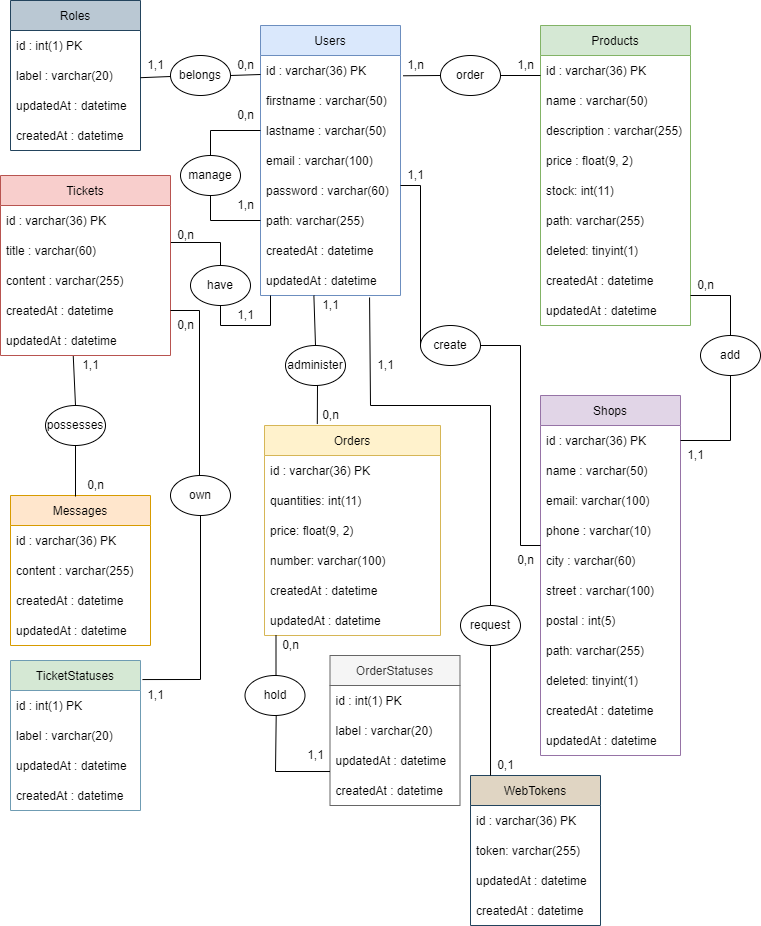
The draw.io diagram Diagrammes/MCD.png in KadenHD/DragNReceive_General, before a commit. Source tidied: cells renumbered, new cells last; positions are measured from the earlier drawing's top-left corner, leaving out a move shared by most shapes.
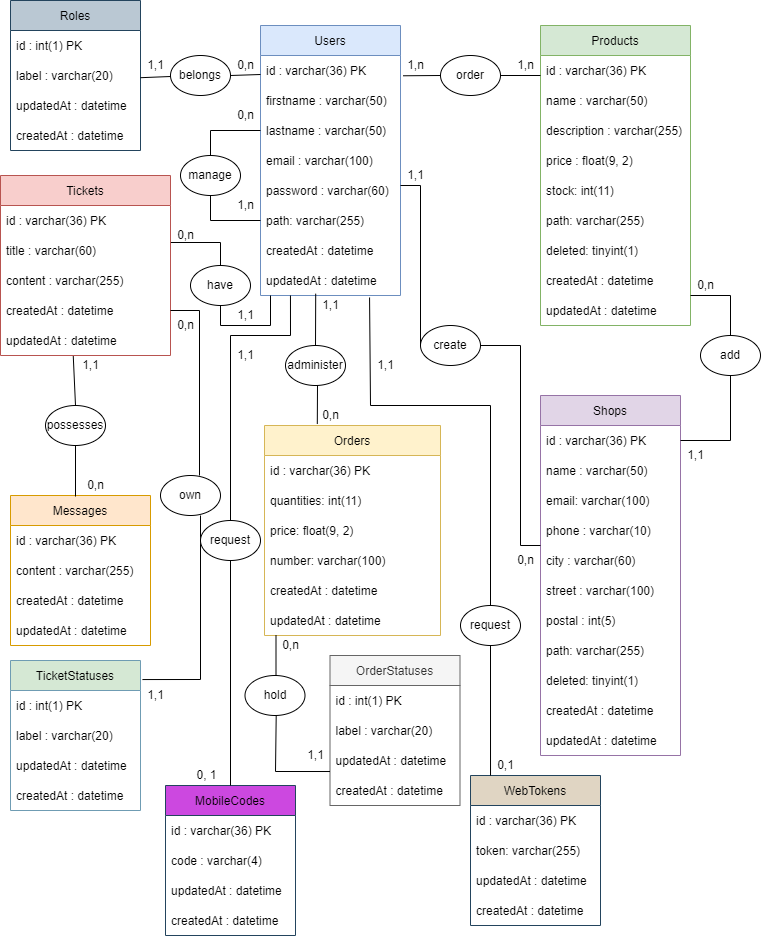
After the commit.

The edit, as a diff of the source:
```diff
@@ -350,13 +350,14 @@
       <mxGeometry y="120" width="130" height="30" as="geometry" />
     </mxCell>
     <mxCell id="102" value="own" style="ellipse;whiteSpace=wrap;html=1;" parent="1" vertex="1">
-      <mxGeometry x="170" y="475" width="60" height="40" as="geometry" />
+      <mxGeometry x="160" y="475" width="60" height="40" as="geometry" />
     </mxCell>
     <mxCell id="103" value="hold" style="ellipse;whiteSpace=wrap;html=1;" parent="1" vertex="1">
       <mxGeometry x="244.5" y="675" width="60" height="40" as="geometry" />
     </mxCell>
-    <mxCell id="104" style="endArrow=none;html=1;rounded=0;exitX=0.5;exitY=1;exitDx=0;exitDy=0;entryX=1.015;entryY=0.127;entryDx=0;entryDy=0;entryPerimeter=0;" parent="1" edge="1" source="102" target="97">
+    <mxCell id="104" style="endArrow=none;html=1;rounded=0;entryX=1.015;entryY=0.127;entryDx=0;entryDy=0;entryPerimeter=0;" parent="1" edge="1" target="97">
       <mxGeometry relative="1" as="geometry">
+        <mxPoint x="200" y="515" as="sourcePoint" />
         <Array as="points">
           <mxPoint x="200" y="679" />
         </Array>
@@ -442,15 +443,48 @@
         <mxPoint x="490" y="645" as="sourcePoint" />
       </mxGeometry>
     </mxCell>
-    <mxCell id="125" style="endArrow=none;html=1;rounded=0;exitX=0.428;exitY=1.02;exitDx=0;exitDy=0;entryX=0.5;entryY=0;entryDx=0;entryDy=0;exitPerimeter=0;" parent="1" edge="1" target="117">
-      <mxGeometry relative="1" as="geometry">
-        <mxPoint x="313.4" y="295" as="sourcePoint" />
-      </mxGeometry>
+    <mxCell id="125" style="endArrow=none;html=1;rounded=0;exitX=0.007;exitY=-0.09;exitDx=0;exitDy=0;entryX=0.5;entryY=0;entryDx=0;entryDy=0;exitPerimeter=0;" parent="1" edge="1" source="118" target="117">
+      <mxGeometry relative="1" as="geometry" />
     </mxCell>
     <mxCell id="126" style="endArrow=none;html=1;rounded=0;entryX=0.3;entryY=-0.007;entryDx=0;entryDy=0;entryPerimeter=0;" parent="1" edge="1" target="83">
       <mxGeometry relative="1" as="geometry">
         <mxPoint x="317" y="385" as="sourcePoint" />
       </mxGeometry>
     </mxCell>
+    <mxCell id="127" value="MobileCodes" style="swimlane;fontStyle=0;horizontal=1;startSize=30;fillColor=#CC48E0;strokeColor=#23445d;" parent="1" vertex="1">
+      <mxGeometry x="165" y="785" width="130" height="150" as="geometry" />
+    </mxCell>
+    <mxCell id="128" value="id : varchar(36) PK" style="text;strokeColor=none;fillColor=none;align=left;verticalAlign=middle;spacingLeft=4;spacingRight=4;overflow=hidden;" parent="127" vertex="1">
+      <mxGeometry y="30" width="130" height="30" as="geometry" />
+    </mxCell>
+    <mxCell id="129" value="code : varchar(4)" style="text;strokeColor=none;fillColor=none;align=left;verticalAlign=middle;spacingLeft=4;spacingRight=4;overflow=hidden;" parent="127" vertex="1">
+      <mxGeometry y="60" width="130" height="30" as="geometry" />
+    </mxCell>
+    <mxCell id="130" value="updatedAt : datetime" style="text;strokeColor=none;fillColor=none;align=left;verticalAlign=middle;spacingLeft=4;spacingRight=4;overflow=hidden;" parent="127" vertex="1">
+      <mxGeometry y="90" width="130" height="30" as="geometry" />
+    </mxCell>
+    <mxCell id="131" value="createdAt : datetime" style="text;strokeColor=none;fillColor=none;align=left;verticalAlign=middle;spacingLeft=4;spacingRight=4;overflow=hidden;" parent="127" vertex="1">
+      <mxGeometry y="120" width="130" height="30" as="geometry" />
+    </mxCell>
+    <mxCell id="132" value="request" style="ellipse;whiteSpace=wrap;html=1;" parent="1" vertex="1">
+      <mxGeometry x="200" y="520" width="60" height="40" as="geometry" />
+    </mxCell>
+    <mxCell id="133" style="endArrow=none;html=1;rounded=0;entryX=0.5;entryY=0;entryDx=0;entryDy=0;exitX=0.5;exitY=1;exitDx=0;exitDy=0;" parent="1" edge="1" source="132" target="127">
+      <mxGeometry relative="1" as="geometry" />
+    </mxCell>
+    <mxCell id="134" style="endArrow=none;html=1;rounded=0;exitX=0.214;exitY=1;exitDx=0;exitDy=0;exitPerimeter=0;entryX=0.5;entryY=0;entryDx=0;entryDy=0;" parent="1" edge="1" source="10" target="132">
+      <mxGeometry relative="1" as="geometry">
+        <Array as="points">
+          <mxPoint x="290" y="335" />
+          <mxPoint x="230" y="335" />
+        </Array>
+      </mxGeometry>
+    </mxCell>
+    <mxCell id="135" value="1,1" style="text;html=1;align=center;verticalAlign=middle;strokeColor=none;fillColor=none;" parent="1" vertex="1">
+      <mxGeometry x="230" y="345" width="30" height="20" as="geometry" />
+    </mxCell>
+    <mxCell id="136" value="0, 1" style="text;html=1;align=center;verticalAlign=middle;strokeColor=none;fillColor=none;" parent="1" vertex="1">
+      <mxGeometry x="185.5" y="765" width="40" height="20" as="geometry" />
+    </mxCell>
   </root>
 </mxGraphModel>
```
